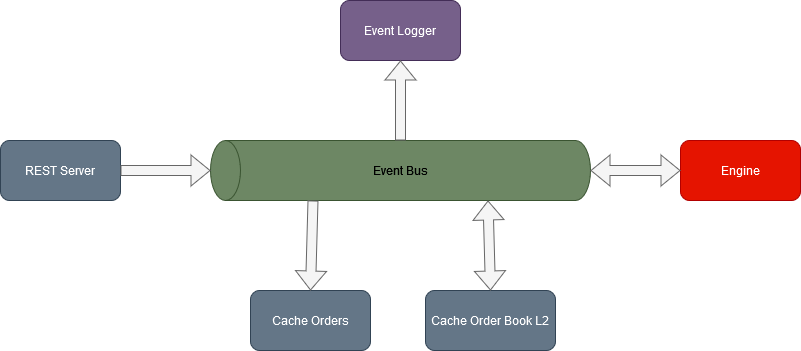
Above: architecture/SimpleMatchingEngine.png in petarfilipov12/SimpleDigitalExchange (draw.io), before the change. Source tidied: cells renumbered, new cells last; positions are measured from the earlier drawing's top-left corner, leaving out a move shared by most shapes.
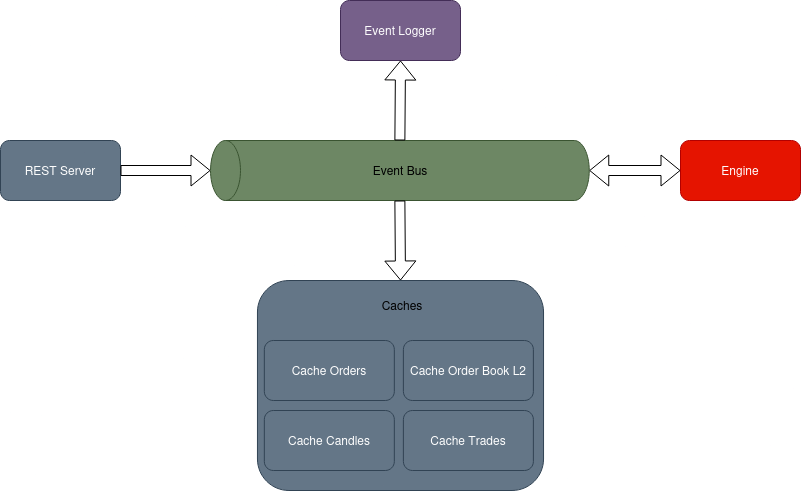
Above is the later version.

Diff of the diagram source:
```diff
@@ -1,9 +1,9 @@
-<mxGraphModel>
+<mxGraphModel background="#ffffff">
   <root>
     <mxCell id="0" />
     <mxCell id="1" parent="0" />
     <mxCell id="2" style="shape=cylinder3;whiteSpace=wrap;html=1;boundedLbl=1;backgroundOutline=1;size=15;rotation=-90;fillColor=#6d8764;fontColor=#ffffff;strokeColor=#3A5431;" parent="1" vertex="1">
-      <mxGeometry x="370" width="60" height="380" as="geometry" />
+      <mxGeometry x="369.4" y="0.6" width="60" height="378.8" as="geometry" />
     </mxCell>
     <mxCell id="3" value="Event Bus" style="text;html=1;align=center;verticalAlign=middle;whiteSpace=wrap;rounded=0;" parent="1" vertex="1">
       <mxGeometry x="370" y="175" width="60" height="30" as="geometry" />
@@ -17,26 +17,35 @@
     <mxCell id="6" value="REST Server" style="rounded=1;whiteSpace=wrap;html=1;fillColor=#647687;fontColor=#ffffff;strokeColor=#314354;" parent="1" vertex="1">
       <mxGeometry y="160" width="120" height="60" as="geometry" />
     </mxCell>
-    <mxCell id="7" value="Cache Order Book L2" style="rounded=1;whiteSpace=wrap;html=1;fillColor=#647687;fontColor=#ffffff;strokeColor=#314354;" parent="1" vertex="1">
-      <mxGeometry x="425" y="310" width="130" height="60" as="geometry" />
-    </mxCell>
-    <mxCell id="8" value="Cache Orders" style="rounded=1;whiteSpace=wrap;html=1;fillColor=#647687;fontColor=#ffffff;strokeColor=#314354;" parent="1" vertex="1">
-      <mxGeometry x="250" y="310" width="120" height="60" as="geometry" />
-    </mxCell>
-    <mxCell id="9" style="shape=flexArrow;endArrow=classic;startArrow=classic;html=1;rounded=0;exitX=0.5;exitY=0;exitDx=0;exitDy=0;entryX=0;entryY=0;entryDx=0;entryDy=277.5;entryPerimeter=0;fillColor=#f5f5f5;strokeColor=#666666;" parent="1" edge="1" source="7" target="2">
-      <mxGeometry relative="1" as="geometry" />
-    </mxCell>
-    <mxCell id="10" style="shape=flexArrow;endArrow=classic;html=1;rounded=0;exitX=0;exitY=0;exitDx=0;exitDy=102.5;exitPerimeter=0;entryX=0.5;entryY=0;entryDx=0;entryDy=0;fillColor=#f5f5f5;strokeColor=#666666;" parent="1" edge="1" source="2" target="8">
-      <mxGeometry relative="1" as="geometry" />
-    </mxCell>
-    <mxCell id="11" style="shape=flexArrow;endArrow=classic;html=1;rounded=0;exitX=1;exitY=0.5;exitDx=0;exitDy=0;exitPerimeter=0;entryX=0.5;entryY=1;entryDx=0;entryDy=0;fillColor=#f5f5f5;strokeColor=#666666;" parent="1" edge="1" source="2" target="5">
+    <mxCell id="11" style="shape=flexArrow;endArrow=classic;html=1;rounded=0;exitX=1;exitY=0.5;exitDx=0;exitDy=0;exitPerimeter=0;entryX=0.5;entryY=1;entryDx=0;entryDy=0;" parent="1" edge="1" source="2" target="5">
       <mxGeometry relative="1" as="geometry" />
     </mxCell>
-    <mxCell id="12" style="shape=flexArrow;endArrow=classic;startArrow=classic;html=1;rounded=0;entryX=0;entryY=0.5;entryDx=0;entryDy=0;exitX=0.5;exitY=1;exitDx=0;exitDy=0;exitPerimeter=0;fillColor=#f5f5f5;strokeColor=#666666;" parent="1" edge="1" source="2" target="4">
+    <mxCell id="12" style="shape=flexArrow;endArrow=classic;startArrow=classic;html=1;rounded=0;entryX=0;entryY=0.5;entryDx=0;entryDy=0;exitX=0.5;exitY=1;exitDx=0;exitDy=0;exitPerimeter=0;" parent="1" edge="1" source="2" target="4">
       <mxGeometry relative="1" as="geometry" />
     </mxCell>
-    <mxCell id="13" style="shape=flexArrow;endArrow=classic;html=1;rounded=0;exitX=1;exitY=0.5;exitDx=0;exitDy=0;entryX=0.5;entryY=0;entryDx=0;entryDy=0;entryPerimeter=0;fillColor=#f5f5f5;strokeColor=#666666;" parent="1" edge="1" source="6" target="2">
+    <mxCell id="13" style="shape=flexArrow;endArrow=classic;html=1;rounded=0;exitX=1;exitY=0.5;exitDx=0;exitDy=0;entryX=0.5;entryY=0;entryDx=0;entryDy=0;entryPerimeter=0;" parent="1" edge="1" source="6" target="2">
       <mxGeometry relative="1" as="geometry" />
     </mxCell>
+    <mxCell id="14" style="shape=flexArrow;endArrow=classic;html=1;rounded=0;exitX=0;exitY=0.5;exitDx=0;exitDy=0;exitPerimeter=0;entryX=0.5;entryY=0;entryDx=0;entryDy=0;" parent="1" edge="1" source="2" target="15">
+      <mxGeometry relative="1" as="geometry" />
+    </mxCell>
+    <mxCell id="15" style="rounded=1;whiteSpace=wrap;html=1;fillColor=#647687;fontColor=#ffffff;strokeColor=#314354;" parent="1" vertex="1">
+      <mxGeometry x="257" y="300" width="286.1" height="210" as="geometry" />
+    </mxCell>
+    <mxCell id="16" value="Cache Candles" style="rounded=1;whiteSpace=wrap;html=1;fillColor=#647687;fontColor=#ffffff;strokeColor=#314354;" parent="1" vertex="1">
+      <mxGeometry x="263.8" y="430" width="130" height="60" as="geometry" />
+    </mxCell>
+    <mxCell id="7" value="Cache Order Book L2" style="rounded=1;whiteSpace=wrap;html=1;fillColor=#647687;fontColor=#ffffff;strokeColor=#314354;" parent="1" vertex="1">
+      <mxGeometry x="402.9" y="360" width="130" height="60" as="geometry" />
+    </mxCell>
+    <mxCell id="17" value="Caches" style="text;html=1;align=center;verticalAlign=middle;whiteSpace=wrap;rounded=0;" parent="1" vertex="1">
+      <mxGeometry x="372.4" y="310" width="60" height="30" as="geometry" />
+    </mxCell>
+    <mxCell id="18" value="Cache Trades" style="rounded=1;whiteSpace=wrap;html=1;fillColor=#647687;fontColor=#ffffff;strokeColor=#314354;" parent="1" vertex="1">
+      <mxGeometry x="402.9" y="430" width="130" height="60" as="geometry" />
+    </mxCell>
+    <mxCell id="8" value="Cache Orders" style="rounded=1;whiteSpace=wrap;html=1;fillColor=#647687;fontColor=#ffffff;strokeColor=#314354;" parent="1" vertex="1">
+      <mxGeometry x="263.8" y="360" width="130" height="60" as="geometry" />
+    </mxCell>
   </root>
 </mxGraphModel>
```
